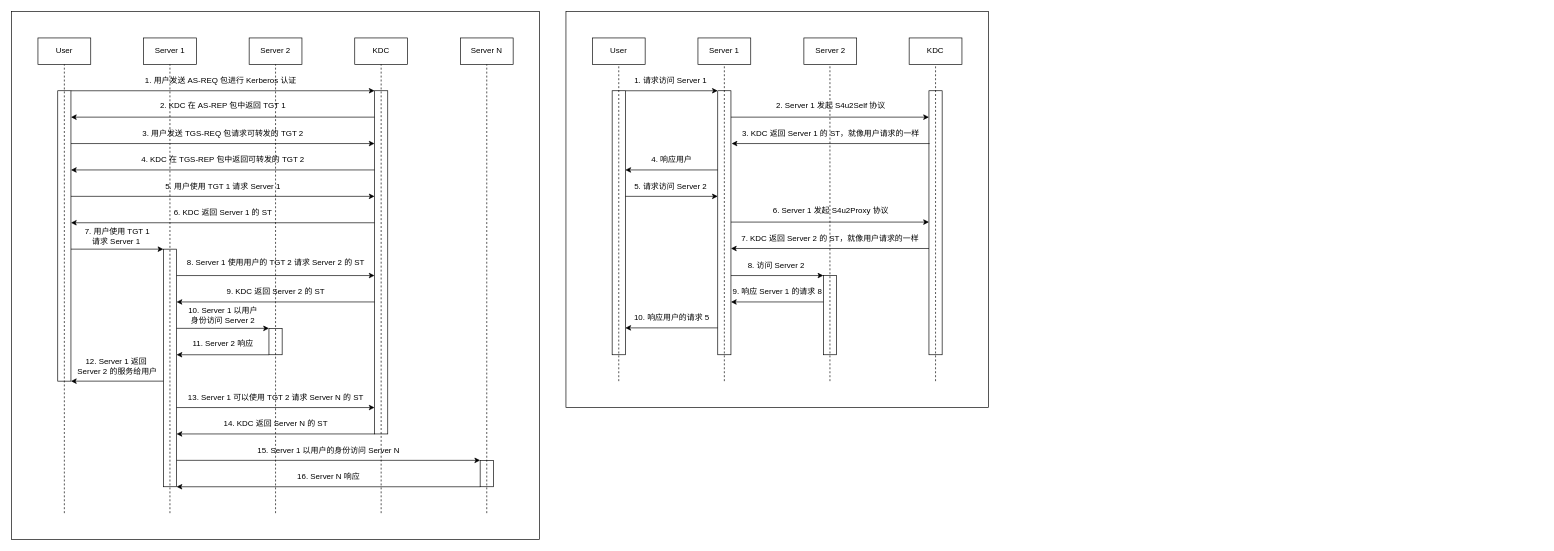
Above: draw.io/委派.drawio in fermionorz/image-hosting (draw.io), before the change. Source tidied: cells renumbered, new cells numbered last; positions are measured from the earlier drawing's top-left corner, leaving out a move shared by most shapes. Both pictures are drawn from the tidied source at 66%, with x=0, y=0 at pixel (11, 11).
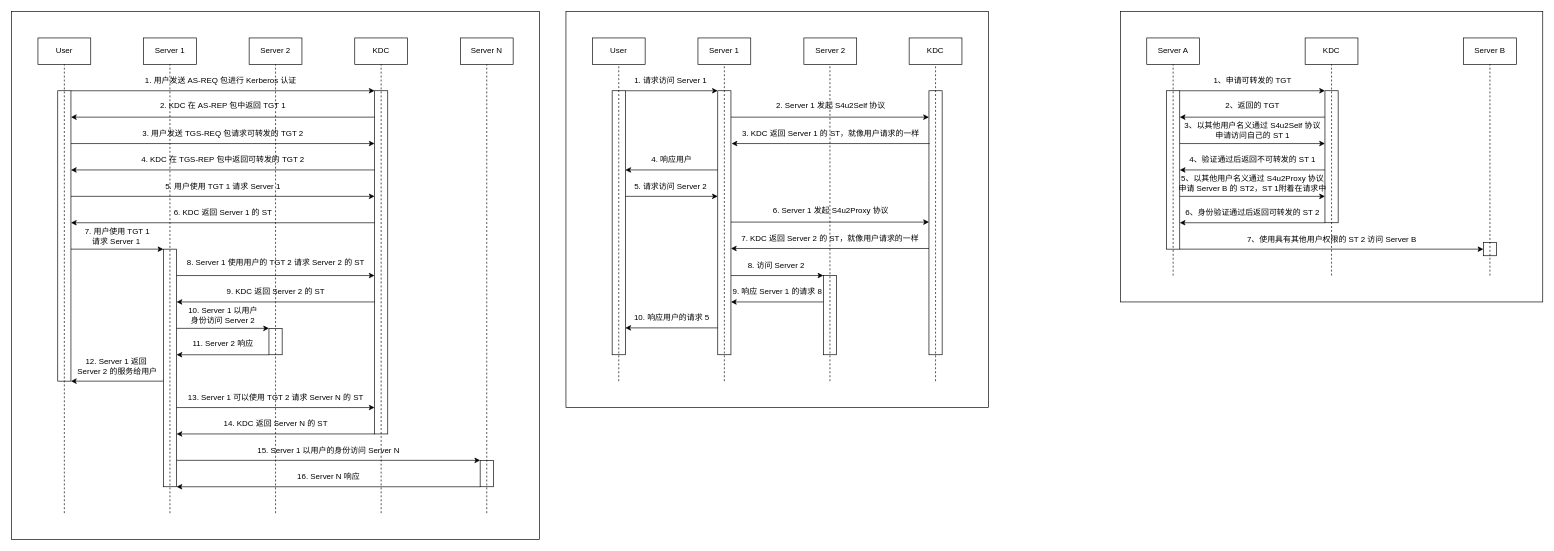
Above is the later version.

What changed in the source:
```diff
@@
+    <mxCell id="83" style="rounded=0;whiteSpace=wrap;html=1;" parent="1" vertex="1">
+      <mxGeometry x="1680" width="640" height="440" as="geometry" />
+    </mxCell>
+    <mxCell id="84" style="rounded=0;whiteSpace=wrap;html=1;" parent="1" vertex="1">
+      <mxGeometry x="2230" y="350" width="20" height="20" as="geometry" />
+    </mxCell>
+    <mxCell id="85" style="rounded=0;whiteSpace=wrap;html=1;" parent="1" vertex="1">
+      <mxGeometry x="1990" y="120" width="20" height="200" as="geometry" />
+    </mxCell>
+    <mxCell id="86" style="rounded=0;whiteSpace=wrap;html=1;" parent="1" vertex="1">
+      <mxGeometry x="1750" y="120" width="20" height="240" as="geometry" />
+    </mxCell>
@@
+    <mxCell id="87" value="Server A" style="rounded=0;whiteSpace=wrap;html=1;" parent="1" vertex="1">
+      <mxGeometry x="1720" y="40" width="80" height="40" as="geometry" />
+    </mxCell>
+    <mxCell id="88" value="Server B" style="rounded=0;whiteSpace=wrap;html=1;" parent="1" vertex="1">
+      <mxGeometry x="2200" y="40" width="80" height="40" as="geometry" />
+    </mxCell>
+    <mxCell id="89" value="KDC" style="rounded=0;whiteSpace=wrap;html=1;" parent="1" vertex="1">
+      <mxGeometry x="1960" y="40" width="80" height="40" as="geometry" />
+    </mxCell>
+    <mxCell id="90" style="endArrow=classic;html=1;rounded=0;" parent="1" edge="1">
+      <mxGeometry relative="1" as="geometry">
+        <mxPoint x="1770" y="120" as="sourcePoint" />
+        <mxPoint x="1990" y="120" as="targetPoint" />
+      </mxGeometry>
+    </mxCell>
+    <mxCell id="91" value="&lt;div&gt;1、申请可转发的 TGT&lt;br&gt;&lt;/div&gt;" style="text;html=1;align=center;verticalAlign=middle;strokeColor=none;fillColor=none;" parent="1" vertex="1">
+      <mxGeometry x="1810" y="90" width="140" height="30" as="geometry" />
+    </mxCell>
+    <mxCell id="92" value="&lt;div&gt;3、以其他用户名义通过 S4u2Self 协议&lt;/div&gt;&lt;div&gt;申请访问自己的 ST 1&lt;/div&gt;" style="text;html=1;align=center;verticalAlign=middle;strokeColor=none;fillColor=none;" parent="1" vertex="1">
+      <mxGeometry x="1765" y="160" width="230" height="40" as="geometry" />
+    </mxCell>
+    <mxCell id="93" style="endArrow=classic;html=1;rounded=0;" parent="1" edge="1">
+      <mxGeometry relative="1" as="geometry">
+        <mxPoint x="1990" y="160" as="sourcePoint" />
+        <mxPoint x="1770" y="160" as="targetPoint" />
+      </mxGeometry>
+    </mxCell>
+    <mxCell id="94" value="2、返回的 TGT" style="text;html=1;align=center;verticalAlign=middle;strokeColor=none;fillColor=none;" parent="1" vertex="1">
+      <mxGeometry x="1830" y="128" width="100" height="30" as="geometry" />
+    </mxCell>
+    <mxCell id="95" value="4、验证通过后返回不可转发的 ST 1" style="text;html=1;align=center;verticalAlign=middle;strokeColor=none;fillColor=none;" parent="1" vertex="1">
+      <mxGeometry x="1775" y="210" width="210" height="30" as="geometry" />
+    </mxCell>
+    <mxCell id="96" value="&lt;div&gt;5、以其他用户名义通过 S4u2Proxy 协议&lt;/div&gt;&lt;div&gt;申请 Server B 的 ST2，ST 1附着在请求中&lt;br&gt;&lt;/div&gt;" style="text;html=1;align=center;verticalAlign=middle;strokeColor=none;fillColor=none;" parent="1" vertex="1">
+      <mxGeometry x="1755" y="240" width="250" height="40" as="geometry" />
+    </mxCell>
+    <mxCell id="97" value="6、身份验证通过后返回可转发的 ST 2" style="text;html=1;align=center;verticalAlign=middle;strokeColor=none;fillColor=none;" parent="1" vertex="1">
+      <mxGeometry x="1765" y="290" width="230" height="30" as="geometry" />
+    </mxCell>
+    <mxCell id="98" style="endArrow=classic;html=1;rounded=0;" parent="1" edge="1">
+      <mxGeometry relative="1" as="geometry">
+        <mxPoint x="1770" y="360" as="sourcePoint" />
+        <mxPoint x="2230" y="360" as="targetPoint" />
+      </mxGeometry>
+    </mxCell>
+    <mxCell id="99" style="endArrow=classic;html=1;rounded=0;" parent="1" edge="1">
+      <mxGeometry relative="1" as="geometry">
+        <mxPoint x="1770" y="200" as="sourcePoint" />
+        <mxPoint x="1990" y="200" as="targetPoint" />
+      </mxGeometry>
+    </mxCell>
+    <mxCell id="100" style="endArrow=classic;html=1;rounded=0;" parent="1" edge="1">
+      <mxGeometry relative="1" as="geometry">
+        <mxPoint x="1990" y="240" as="sourcePoint" />
+        <mxPoint x="1770" y="240" as="targetPoint" />
+      </mxGeometry>
+    </mxCell>
+    <mxCell id="101" style="endArrow=classic;html=1;rounded=0;" parent="1" edge="1">
+      <mxGeometry relative="1" as="geometry">
+        <mxPoint x="1770" y="280" as="sourcePoint" />
+        <mxPoint x="1990" y="280" as="targetPoint" />
+      </mxGeometry>
+    </mxCell>
+    <mxCell id="102" style="endArrow=classic;html=1;rounded=0;" parent="1" edge="1">
+      <mxGeometry relative="1" as="geometry">
+        <mxPoint x="1990" y="320" as="sourcePoint" />
+        <mxPoint x="1770" y="320" as="targetPoint" />
+      </mxGeometry>
+    </mxCell>
+    <mxCell id="103" value="7、使用具有其他用户权限的 ST 2 访问 Server B" style="text;html=1;align=center;verticalAlign=middle;strokeColor=none;fillColor=none;" parent="1" vertex="1">
+      <mxGeometry x="1860" y="330" width="280" height="30" as="geometry" />
+    </mxCell>
+    <mxCell id="104" style="endArrow=none;dashed=1;html=1;rounded=0;entryX=0.5;entryY=1;entryDx=0;entryDy=0;" parent="1" edge="1" target="87">
+      <mxGeometry relative="1" as="geometry">
+        <mxPoint x="1760" y="400" as="sourcePoint" />
+      </mxGeometry>
+    </mxCell>
+    <mxCell id="105" style="endArrow=none;dashed=1;html=1;rounded=0;entryX=0.5;entryY=1;entryDx=0;entryDy=0;" parent="1" edge="1" target="89">
+      <mxGeometry relative="1" as="geometry">
+        <mxPoint x="2000" y="400" as="sourcePoint" />
+      </mxGeometry>
+    </mxCell>
+    <mxCell id="106" style="endArrow=none;dashed=1;html=1;rounded=0;entryX=0.5;entryY=1;entryDx=0;entryDy=0;" parent="1" edge="1" target="88">
+      <mxGeometry relative="1" as="geometry">
+        <mxPoint x="2240" y="400" as="sourcePoint" />
+      </mxGeometry>
+    </mxCell>
```
